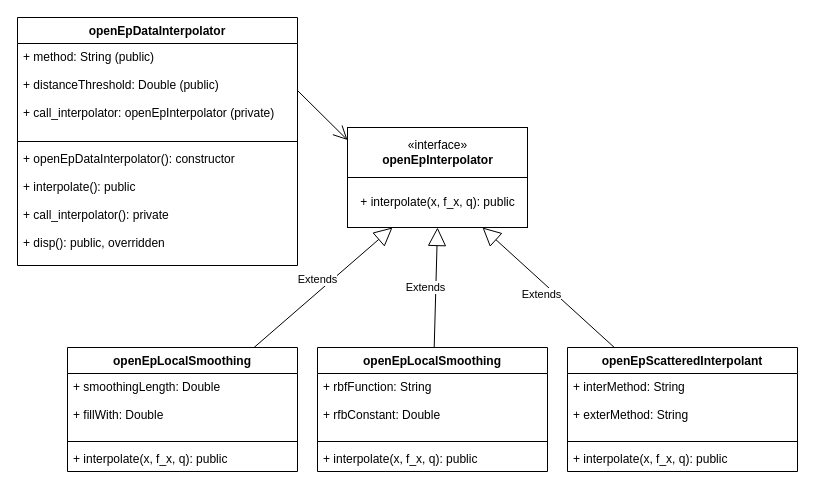
Before: UML/interpolation architecture.drawio in openep/openep-core, a draw.io diagram. Source tidied: cells renumbered, new cells numbered last; positions are measured from the earlier drawing's top-left corner, leaving out a move shared by most shapes. Both pictures are drawn from the tidied source at 100%, with x=0, y=0 at pixel (17, 17).
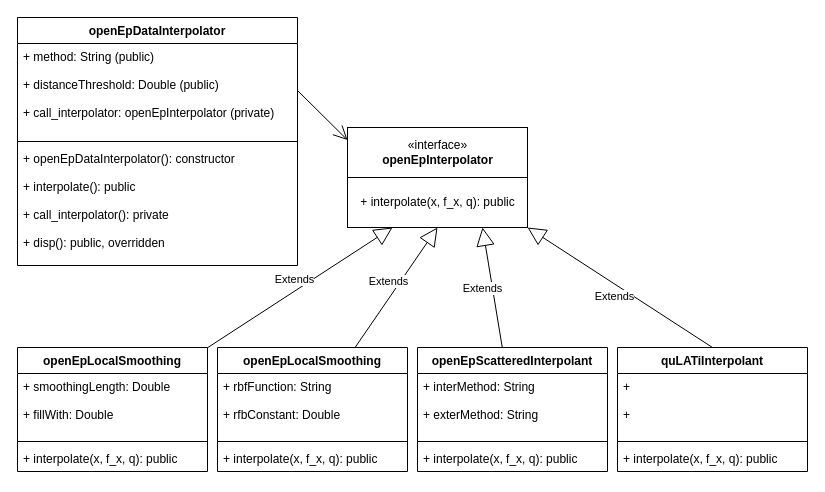
Above is the later version.

The change refers to these unchanged cells:
```xml
<mxCell id="24" value="&lt;span style=&quot;text-align: left&quot;&gt;+ interpolate(x, f_x, q): public&lt;/span&gt;" style="html=1;" parent="22" vertex="1">
  <mxGeometry y="50" width="180" height="50" as="geometry" />
</mxCell>
```

Change to the diagram source:
```diff
@@
     <mxCell id="6" value="openEpScatteredInterpolant" style="swimlane;fontStyle=1;align=center;verticalAlign=top;horizontal=1;startSize=26;" parent="1" vertex="1">
-      <mxGeometry x="550" y="330" width="230" height="124" as="geometry" />
+      <mxGeometry x="400" y="330" width="190" height="124" as="geometry" />
     </mxCell>
     <mxCell id="7" value="+ interMethod: String&#10;&#10;+ exterMethod: String" style="text;strokeColor=none;fillColor=none;align=left;verticalAlign=top;spacingLeft=4;spacingRight=4;overflow=hidden;" parent="6" vertex="1">
-      <mxGeometry y="26" width="230" height="64" as="geometry" />
+      <mxGeometry y="26" width="190" height="64" as="geometry" />
     </mxCell>
     <mxCell id="8" style="line;strokeWidth=1;fillColor=none;align=left;verticalAlign=middle;spacingTop=-1;spacingLeft=3;spacingRight=3;labelPosition=right;" parent="6" vertex="1">
-      <mxGeometry y="90" width="230" height="8" as="geometry" />
+      <mxGeometry y="90" width="190" height="8" as="geometry" />
     </mxCell>
     <mxCell id="9" value="+ interpolate(x, f_x, q): public" style="text;strokeColor=none;fillColor=none;align=left;verticalAlign=top;spacingLeft=4;spacingRight=4;overflow=hidden;" parent="6" vertex="1">
-      <mxGeometry y="98" width="230" height="26" as="geometry" />
+      <mxGeometry y="98" width="190" height="26" as="geometry" />
     </mxCell>
     <mxCell id="10" value="openEpLocalSmoothing" style="swimlane;fontStyle=1;align=center;verticalAlign=top;horizontal=1;startSize=26;" parent="1" vertex="1">
-      <mxGeometry x="50" y="330" width="230" height="124" as="geometry" />
+      <mxGeometry y="330" width="190" height="124" as="geometry" />
     </mxCell>
     <mxCell id="11" value="+ smoothingLength: Double&#10;&#10;+ fillWith: Double" style="text;strokeColor=none;fillColor=none;align=left;verticalAlign=top;spacingLeft=4;spacingRight=4;overflow=hidden;" parent="10" vertex="1">
-      <mxGeometry y="26" width="230" height="64" as="geometry" />
+      <mxGeometry y="26" width="190" height="64" as="geometry" />
     </mxCell>
     <mxCell id="12" style="line;strokeWidth=1;fillColor=none;align=left;verticalAlign=middle;spacingTop=-1;spacingLeft=3;spacingRight=3;labelPosition=right;" parent="10" vertex="1">
-      <mxGeometry y="90" width="230" height="8" as="geometry" />
+      <mxGeometry y="90" width="190" height="8" as="geometry" />
     </mxCell>
     <mxCell id="13" value="+ interpolate(x, f_x, q): public" style="text;strokeColor=none;fillColor=none;align=left;verticalAlign=top;spacingLeft=4;spacingRight=4;overflow=hidden;" parent="10" vertex="1">
-      <mxGeometry y="98" width="230" height="26" as="geometry" />
+      <mxGeometry y="98" width="190" height="26" as="geometry" />
     </mxCell>
     <mxCell id="14" value="openEpLocalSmoothing" style="swimlane;fontStyle=1;align=center;verticalAlign=top;horizontal=1;startSize=26;" parent="1" vertex="1">
-      <mxGeometry x="300" y="330" width="230" height="124" as="geometry" />
+      <mxGeometry x="200" y="330" width="190" height="124" as="geometry" />
     </mxCell>
     <mxCell id="15" value="+ rbfFunction: String&#10;&#10;+ rfbConstant: Double" style="text;strokeColor=none;fillColor=none;align=left;verticalAlign=top;spacingLeft=4;spacingRight=4;overflow=hidden;" parent="14" vertex="1">
-      <mxGeometry y="26" width="230" height="64" as="geometry" />
+      <mxGeometry y="26" width="190" height="64" as="geometry" />
     </mxCell>
     <mxCell id="16" style="line;strokeWidth=1;fillColor=none;align=left;verticalAlign=middle;spacingTop=-1;spacingLeft=3;spacingRight=3;labelPosition=right;" parent="14" vertex="1">
-      <mxGeometry y="90" width="230" height="8" as="geometry" />
+      <mxGeometry y="90" width="190" height="8" as="geometry" />
     </mxCell>
     <mxCell id="17" value="+ interpolate(x, f_x, q): public" style="text;strokeColor=none;fillColor=none;align=left;verticalAlign=top;spacingLeft=4;spacingRight=4;overflow=hidden;" parent="14" vertex="1">
-      <mxGeometry y="98" width="230" height="26" as="geometry" />
+      <mxGeometry y="98" width="190" height="26" as="geometry" />
     </mxCell>
@@
+    <mxCell id="25" value="quLATiInterpolant" style="swimlane;fontStyle=1;align=center;verticalAlign=top;horizontal=1;startSize=26;" parent="1" vertex="1">
+      <mxGeometry x="600" y="330" width="190" height="124" as="geometry" />
+    </mxCell>
+    <mxCell id="26" value="+&#10;&#10;+" style="text;strokeColor=none;fillColor=none;align=left;verticalAlign=top;spacingLeft=4;spacingRight=4;overflow=hidden;" parent="25" vertex="1">
+      <mxGeometry y="26" width="190" height="64" as="geometry" />
+    </mxCell>
+    <mxCell id="27" style="line;strokeWidth=1;fillColor=none;align=left;verticalAlign=middle;spacingTop=-1;spacingLeft=3;spacingRight=3;labelPosition=right;" parent="25" vertex="1">
+      <mxGeometry y="90" width="190" height="8" as="geometry" />
+    </mxCell>
+    <mxCell id="28" value="+ interpolate(x, f_x, q): public" style="text;strokeColor=none;fillColor=none;align=left;verticalAlign=top;spacingLeft=4;spacingRight=4;overflow=hidden;" parent="25" vertex="1">
+      <mxGeometry y="98" width="190" height="26" as="geometry" />
+    </mxCell>
+    <mxCell id="29" value="Extends" style="endArrow=block;endSize=16;endFill=0;html=1;entryX=1;entryY=1;entryDx=0;entryDy=0;exitX=0.5;exitY=0;exitDx=0;exitDy=0;" parent="1" edge="1" source="25" target="24">
+      <mxGeometry y="10" relative="1" as="geometry" />
+    </mxCell>
```
